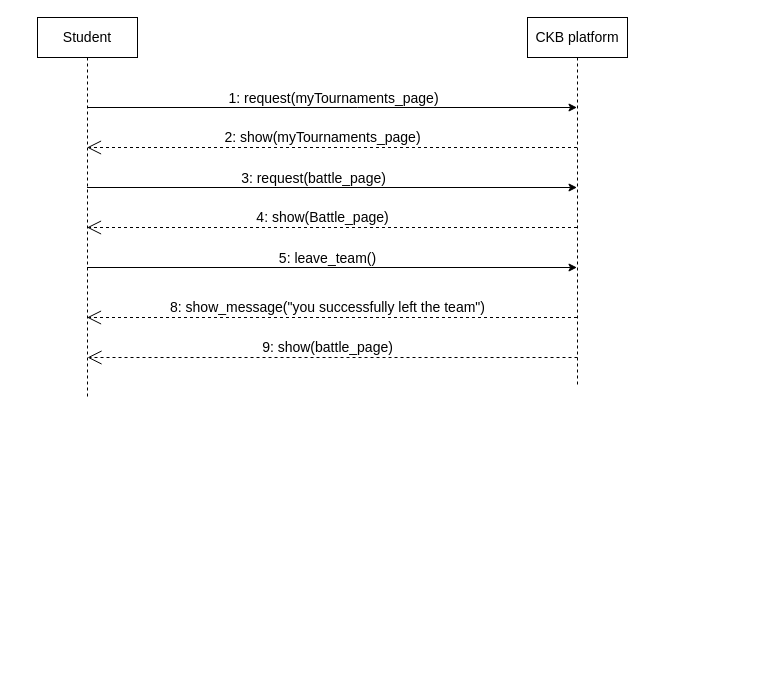
mttcrn/software-engineering-II-project keeps this draw.io diagram as page "Leave team" (13 of 19) of diagrams/sequence diagrams/sequence_diagrams.drawio. Above is the earlier version. Source tidied: cells renumbered, new cells numbered last; positions are measured from the earlier drawing's top-left corner, leaving out a move shared by most shapes. Both pictures are drawn from the tidied source at 100%, with x=0, y=0 at pixel (37, 17).
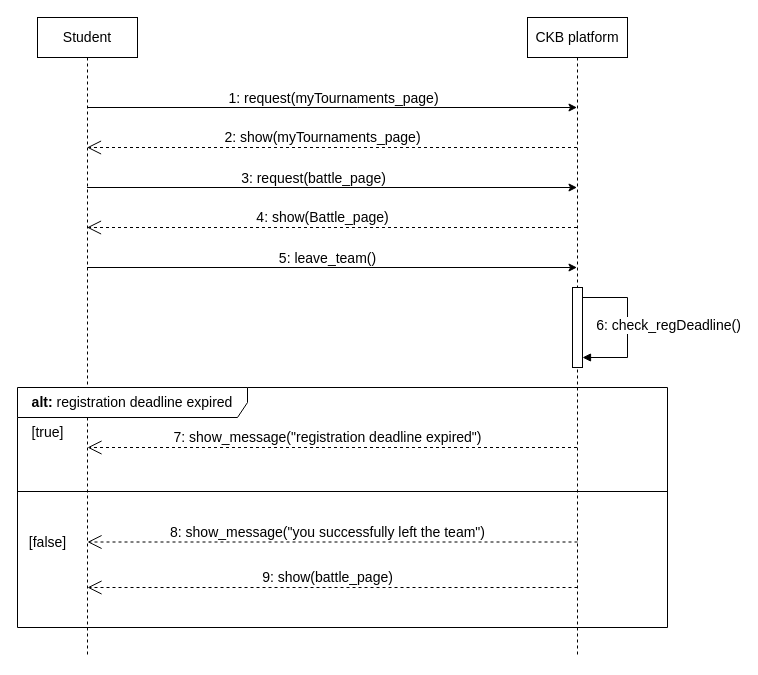
The same page after the edit.

Change to the diagram source:
```diff
@@
     <mxCell id="2" value="CKB platform" style="shape=umlLifeline;perimeter=lifelinePerimeter;whiteSpace=wrap;html=1;outlineConnect=0;portConstraint=eastwest;newEdgeStyle={&quot;edgeStyle&quot;:&quot;elbowEdgeStyle&quot;,&quot;elbow&quot;:&quot;vertical&quot;,&quot;curved&quot;:0,&quot;rounded&quot;:0};fontSize=14;" parent="1" vertex="1">
-      <mxGeometry x="490" width="100" height="370" as="geometry" />
+      <mxGeometry x="490" width="100" height="640" as="geometry" />
     </mxCell>
@@
+    <mxCell id="14" style="html=1;points=[[0,0,0,0,5],[0,1,0,0,-5],[1,0,0,0,5],[1,1,0,0,-5]];perimeter=orthogonalPerimeter;outlineConnect=0;targetShapes=umlLifeline;portConstraint=eastwest;newEdgeStyle={&quot;curved&quot;:0,&quot;rounded&quot;:0};fontSize=14;" parent="2" vertex="1">
+      <mxGeometry x="45" y="270" width="10" height="80" as="geometry" />
+    </mxCell>
+    <mxCell id="15" style="html=1;align=left;spacingLeft=2;endArrow=block;rounded=0;edgeStyle=orthogonalEdgeStyle;curved=0;rounded=0;fontSize=14;" parent="2" edge="1" source="14" target="14">
+      <mxGeometry relative="1" as="geometry">
+        <Array as="points">
+          <mxPoint x="100" y="280" />
+          <mxPoint x="100" y="340" />
+        </Array>
+      </mxGeometry>
+    </mxCell>
+    <mxCell id="16" value="6: check_regDeadline()" style="edgeLabel;html=1;align=center;verticalAlign=middle;fontSize=14;" parent="15" vertex="1">
+      <mxGeometry x="-0.04" y="2" relative="1" as="geometry">
+        <mxPoint x="38" as="offset" />
+      </mxGeometry>
+    </mxCell>
     <mxCell id="4" value="Student" style="shape=umlLifeline;perimeter=lifelinePerimeter;whiteSpace=wrap;html=1;outlineConnect=0;portConstraint=eastwest;newEdgeStyle={&quot;edgeStyle&quot;:&quot;elbowEdgeStyle&quot;,&quot;elbow&quot;:&quot;vertical&quot;,&quot;curved&quot;:0,&quot;rounded&quot;:0};fontSize=14;" parent="1" vertex="1">
-      <mxGeometry width="100" height="380" as="geometry" />
+      <mxGeometry width="100" height="640" as="geometry" />
     </mxCell>
@@
     <mxCell id="7" value="&lt;font style=&quot;font-size: 14px;&quot;&gt;8: show_message(&quot;you successfully left the team&quot;)&lt;/font&gt;" style="endArrow=open;endSize=12;dashed=1;html=1;rounded=0;fontSize=14;" parent="1" edge="1">
       <mxGeometry x="0.02" y="-10" relative="1" as="geometry">
-        <mxPoint x="539.5" y="300" as="sourcePoint" />
-        <mxPoint x="49.5" y="300" as="targetPoint" />
+        <mxPoint x="540" y="524.5" as="sourcePoint" />
+        <mxPoint x="50" y="524.5" as="targetPoint" />
         <Array as="points">
-          <mxPoint x="290" y="300" />
+          <mxPoint x="290.5" y="524.5" />
         </Array>
       </mxGeometry>
     </mxCell>
@@
     <mxCell id="13" value="&lt;font style=&quot;font-size: 14px;&quot;&gt;9: show(battle_page)&lt;/font&gt;" style="endArrow=open;endSize=12;dashed=1;html=1;rounded=0;fontSize=14;" parent="1" edge="1">
       <mxGeometry x="0.02" y="-10" relative="1" as="geometry">
-        <mxPoint x="540" y="340" as="sourcePoint" />
-        <mxPoint x="50" y="340" as="targetPoint" />
+        <mxPoint x="540" y="570" as="sourcePoint" />
+        <mxPoint x="50" y="570" as="targetPoint" />
         <Array as="points">
-          <mxPoint x="290.5" y="340" />
+          <mxPoint x="290.5" y="570" />
         </Array>
       </mxGeometry>
     </mxCell>
+    <mxCell id="17" value="&lt;b style=&quot;font-size: 14px;&quot;&gt;alt:&lt;/b&gt;&amp;nbsp;registration deadline expired" style="shape=umlFrame;whiteSpace=wrap;html=1;width=230;height=30;fontSize=14;" parent="1" vertex="1">
+      <mxGeometry x="-20" y="370" width="650" height="240" as="geometry" />
+    </mxCell>
+    <mxCell id="18" value="&lt;span style=&quot;font-size: 14px;&quot;&gt;[true]&lt;/span&gt;" style="text;html=1;align=center;verticalAlign=middle;strokeColor=none;fillColor=none;fontSize=14;" parent="1" vertex="1">
+      <mxGeometry x="-20" y="400" width="60" height="30" as="geometry" />
+    </mxCell>
+    <mxCell id="19" value="&lt;span style=&quot;font-size: 14px;&quot;&gt;[false]&lt;/span&gt;" style="text;html=1;align=center;verticalAlign=middle;strokeColor=none;fillColor=none;fontSize=14;" parent="1" vertex="1">
+      <mxGeometry x="-20" y="510" width="60" height="30" as="geometry" />
+    </mxCell>
+    <mxCell id="20" style="line;strokeWidth=1;fillColor=none;align=left;verticalAlign=middle;spacingTop=-1;spacingLeft=3;spacingRight=3;labelPosition=right;strokeColor=inherit;fontSize=14;" parent="1" vertex="1">
+      <mxGeometry x="-20" y="470" width="650" height="8" as="geometry" />
+    </mxCell>
+    <mxCell id="21" value="&lt;font style=&quot;font-size: 14px;&quot;&gt;7: show_message(&quot;registration deadline expired&quot;)&lt;/font&gt;" style="endArrow=open;endSize=12;dashed=1;html=1;rounded=0;fontSize=14;" parent="1" edge="1" source="2">
+      <mxGeometry x="0.02" y="-10" relative="1" as="geometry">
+        <mxPoint x="50" y="430" as="targetPoint" />
+        <Array as="points">
+          <mxPoint x="320.5" y="430" />
+        </Array>
+      </mxGeometry>
+    </mxCell>
```
